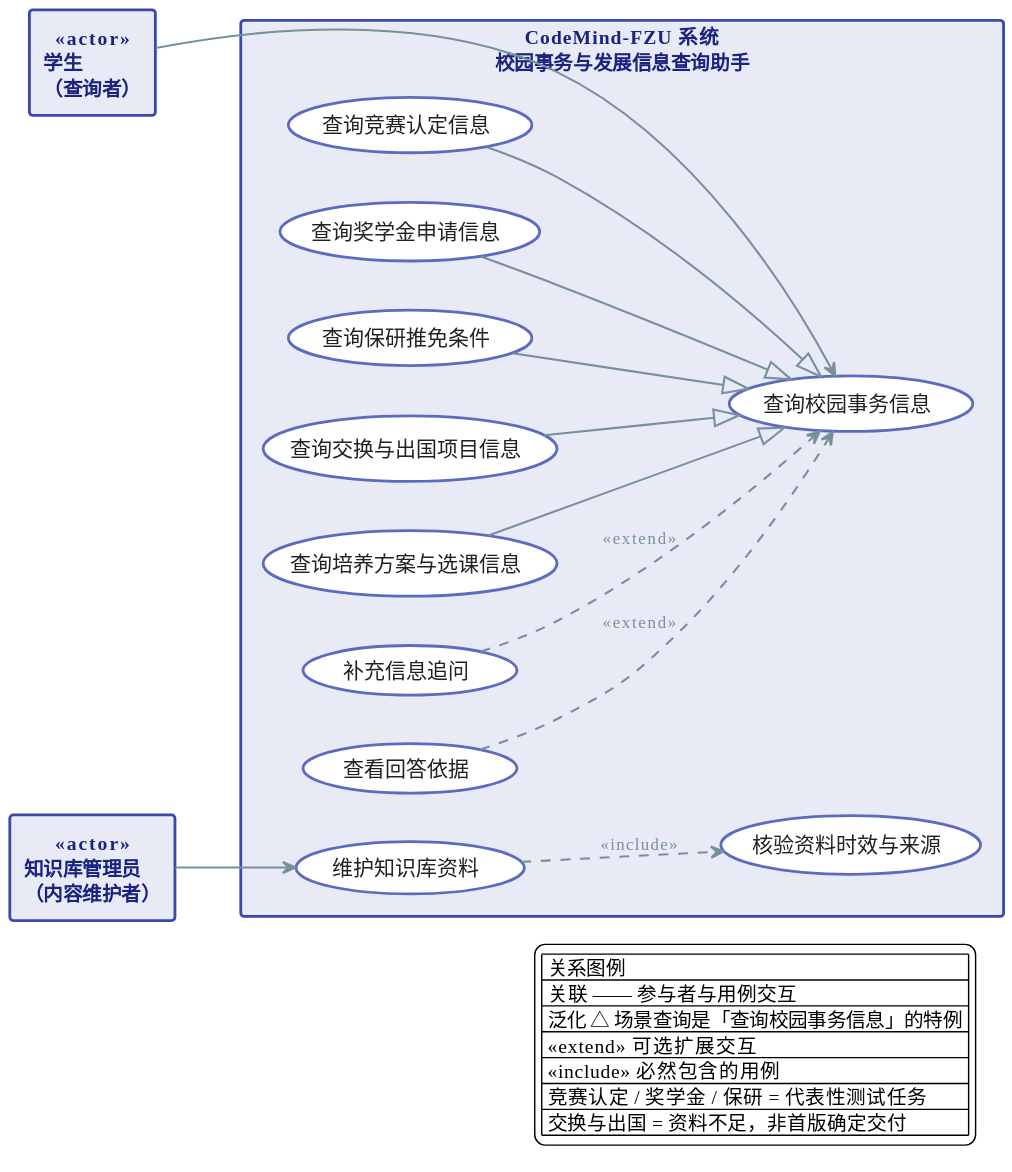
yz-Yezi-Genm/CodeMind-FZU keeps this PlantUML diagram as docs/assignment-02/system-design/diagrams/uml/use-case/系统用例图_颜俊宇_v3.svg. Above is the earlier version. The source it was exported from:
```plantuml
@startuml

skinparam backgroundColor #FFFFFF
skinparam shadowing false
skinparam defaultFontName "Microsoft YaHei"
skinparam packageStyle rectangle

skinparam package {
  BackgroundColor #F7F9FC
  BorderColor #3949AB
  BorderThickness 2
  FontColor #1A237E
  FontStyle bold
  FontSize 20
}

skinparam rectangle {
  BackgroundColor #E8EAF6
  BorderColor #3949AB
  BorderThickness 2
  FontColor #1A237E
  FontStyle bold
}

skinparam usecase {
  BackgroundColor #FFFFFF
  BorderColor #5C6BC0
  BorderThickness 2
  FontColor #212121
  FontSize 15
}

skinparam ArrowColor #78909C
skinparam ArrowFontColor #78909C
skinparam ArrowFontSize 12
skinparam ArrowThickness 1.5

hide empty members
left to right direction

rectangle "学生\n（查询者）" as Student <<actor>>
rectangle "知识库管理员\n（内容维护者）" as KbAdmin <<actor>>

rectangle "CodeMind-FZU 系统\n校园事务与发展信息查询助手" as System {

  usecase "查询校园事务信息" as UC_Query

  usecase "查询竞赛认定信息" as UC_Competition
  usecase "查询奖学金申请信息" as UC_Scholarship
  usecase "查询保研推免条件" as UC_Postgrad
  usecase "查询交换与出国项目信息" as UC_Exchange
  usecase "查询培养方案与选课信息" as UC_Curriculum

  usecase "补充信息追问" as UC_Followup
  usecase "查看回答依据" as UC_Evidence

  usecase "维护知识库资料" as UC_KB
  usecase "核验资料时效与来源" as UC_Verify
}

Student --> UC_Query
KbAdmin --> UC_KB

Student -[hidden]down- UC_Competition

UC_Competition --|> UC_Query
UC_Scholarship --|> UC_Query
UC_Postgrad --|> UC_Query
UC_Exchange --|> UC_Query
UC_Curriculum --|> UC_Query

UC_Followup ..> UC_Query : <<extend>>
UC_Evidence ..> UC_Query : <<extend>>

UC_KB ..> UC_Verify : <<include>>

legend bottom right
  | 关系图例 |
  | 关联 —— 参与者与用例交互 |
  | 泛化 △ 场景查询是「查询校园事务信息」的特例 |
  | <<extend>> 可选扩展交互 |
  | <<include>> 必然包含的用例 |
  | 竞赛认定 / 奖学金 / 保研 = 代表性测试任务 |
  | 交换与出国 = 资料不足，非首版确定交付 |
endlegend
@enduml
```
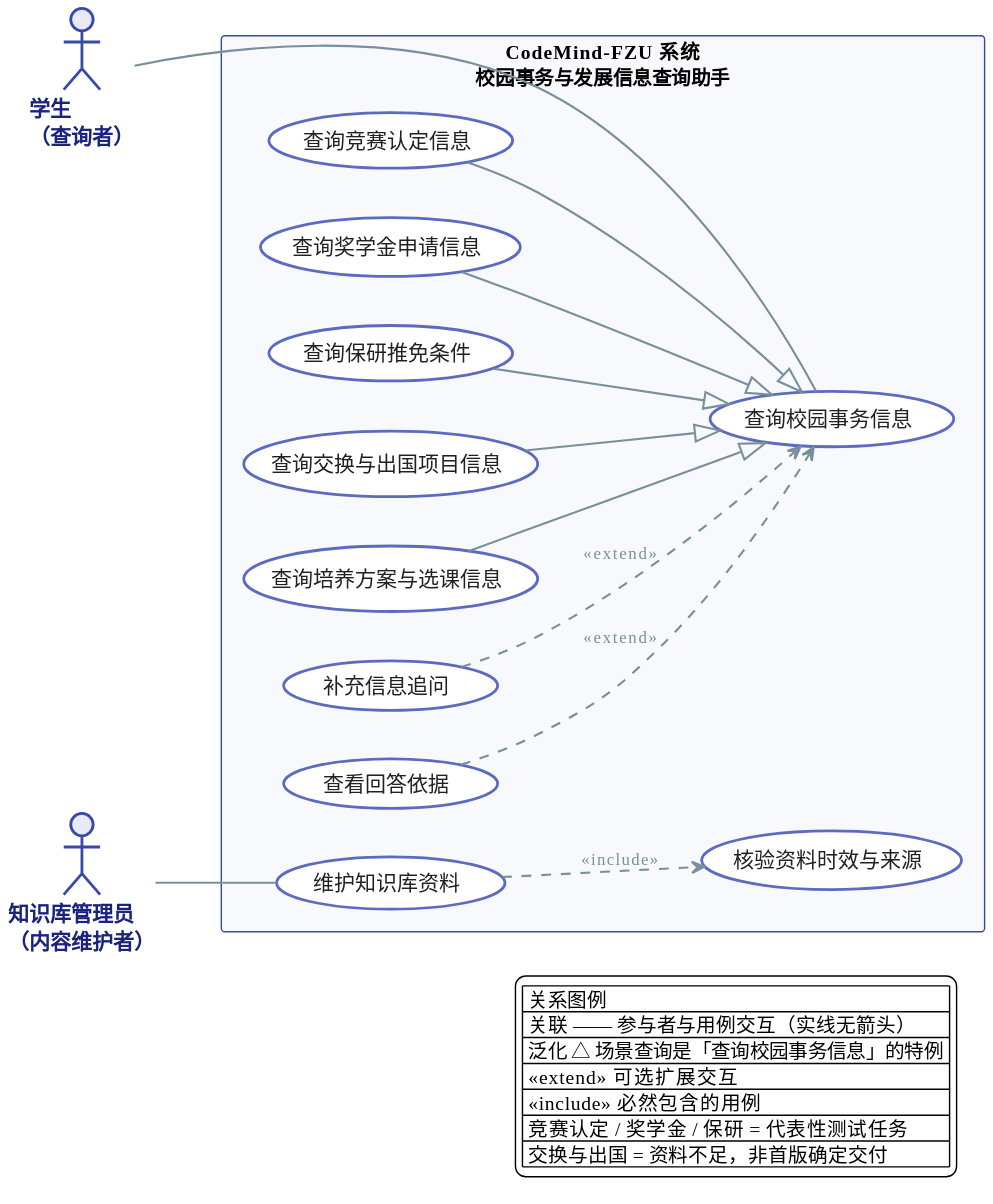
After the change.

Commit message:
docs: 参与者改用标准 actor 符号、关联线去箭头，统一版本号 v3.1（颜俊宇）

- 学生/知识库管理员改回 PlantUML 标准 actor（小人）符号
- 参与者与用例关联线改为普通实线（无箭头），符合 UML 用例图规范
- puml 版本号 v3.0 -> v3.1，清理'覆盖四大场景'旧注释，明确五大业务方向与首版范围
- 重新导出 PNG/SVG，源文件与导出文件一致

What changed in the source:
```diff
@@ -14,12 +14,13 @@
   FontSize 20
 }
 
-skinparam rectangle {
+skinparam actor {
   BackgroundColor #E8EAF6
   BorderColor #3949AB
   BorderThickness 2
   FontColor #1A237E
   FontStyle bold
+  FontSize 15
 }
 
 skinparam usecase {
@@ -38,8 +39,8 @@
 hide empty members
 left to right direction
 
-rectangle "学生\n（查询者）" as Student <<actor>>
-rectangle "知识库管理员\n（内容维护者）" as KbAdmin <<actor>>
+actor "学生\n（查询者）" as Student
+actor "知识库管理员\n（内容维护者）" as KbAdmin
 
 rectangle "CodeMind-FZU 系统\n校园事务与发展信息查询助手" as System {
 
@@ -58,8 +59,8 @@
   usecase "核验资料时效与来源" as UC_Verify
 }
 
-Student --> UC_Query
-KbAdmin --> UC_KB
+Student -- UC_Query
+KbAdmin -- UC_KB
 
 Student -[hidden]down- UC_Competition
 
@@ -76,7 +77,7 @@
 
 legend bottom right
   | 关系图例 |
-  | 关联 —— 参与者与用例交互 |
+  | 关联 —— 参与者与用例交互（实线无箭头） |
   | 泛化 △ 场景查询是「查询校园事务信息」的特例 |
   | <<extend>> 可选扩展交互 |
   | <<include>> 必然包含的用例 |
```
